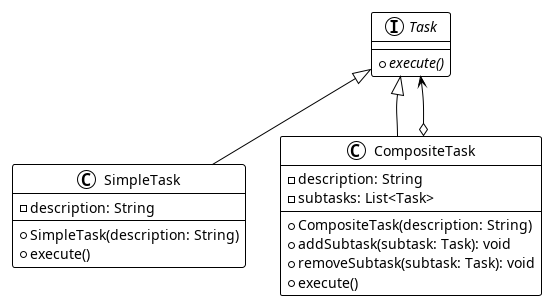
Above: padroes-de-projeto/diagrams/composite_pattern.png in dutrajy/bertoti (PlantUML), before the change.
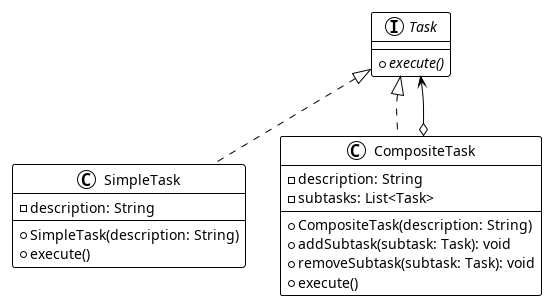
Later version of the same file.

Change to the diagram source:
```diff
@@ -20,8 +20,8 @@
     + execute()
 }
 
-Task <|-- SimpleTask
-Task <|-- CompositeTask
+Task <|.. SimpleTask
+Task <|.. CompositeTask
 Task <--o CompositeTask
 
 @enduml
```
